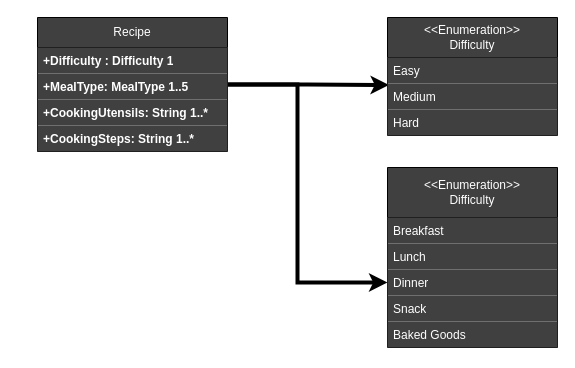
Before: Database Schema.drawio in Koopertrooper3/Blindee, a draw.io diagram. Source tidied: cells renumbered, new cells numbered last; positions are measured from the earlier drawing's top-left corner, leaving out a move shared by most shapes. Both pictures are drawn from the tidied source at 100%, with x=0, y=0 at pixel (37, 17).
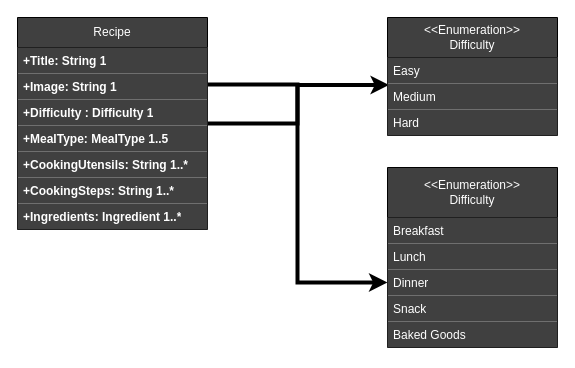
The same diagram, later.

Change to the diagram source:
```diff
@@
     <mxCell id="4" value="Recipe" style="swimlane;fontStyle=0;horizontal=1;startSize=30;fillColor=#404040;whiteSpace=wrap;html=1;fontColor=#FFFFFF;" parent="1" vertex="1">
-      <mxGeometry width="190" height="134" as="geometry" />
+      <mxGeometry x="-20" width="190" height="212" as="geometry" />
     </mxCell>
-    <mxCell id="5" value="&lt;b&gt;+Difficulty : Difficulty 1&lt;br&gt;&lt;/b&gt;" style="text;strokeColor=none;fillColor=#404040;align=left;verticalAlign=top;spacingLeft=4;spacingRight=4;overflow=hidden;whiteSpace=wrap;html=1;fontColor=#FFFFFF;" parent="4" vertex="1">
+    <mxCell id="5" value="&lt;b&gt;+Title: String 1&lt;br&gt;&lt;/b&gt;" style="text;strokeColor=none;fillColor=#404040;align=left;verticalAlign=top;spacingLeft=4;spacingRight=4;overflow=hidden;whiteSpace=wrap;html=1;fontColor=#FFFFFF;" parent="4" vertex="1">
       <mxGeometry y="30" width="190" height="26" as="geometry" />
     </mxCell>
+    <mxCell id="19" value="&lt;b&gt;+Image: String 1&lt;br&gt;&lt;/b&gt;" style="text;strokeColor=none;fillColor=#404040;align=left;verticalAlign=top;spacingLeft=4;spacingRight=4;overflow=hidden;whiteSpace=wrap;html=1;fontColor=#FFFFFF;" parent="4" vertex="1">
+      <mxGeometry y="56" width="190" height="26" as="geometry" />
+    </mxCell>
+    <mxCell id="20" value="&lt;b&gt;+Difficulty : Difficulty 1&lt;br&gt;&lt;/b&gt;" style="text;strokeColor=none;fillColor=#404040;align=left;verticalAlign=top;spacingLeft=4;spacingRight=4;overflow=hidden;whiteSpace=wrap;html=1;fontColor=#FFFFFF;" parent="4" vertex="1">
+      <mxGeometry y="82" width="190" height="26" as="geometry" />
+    </mxCell>
     <mxCell id="6" value="&lt;b&gt;+MealType: MealType 1..5&lt;/b&gt;" style="text;strokeColor=none;fillColor=#404040;align=left;verticalAlign=top;spacingLeft=4;spacingRight=4;overflow=hidden;whiteSpace=wrap;html=1;fontColor=#FFFFFF;" parent="4" vertex="1">
-      <mxGeometry y="56" width="190" height="26" as="geometry" />
+      <mxGeometry y="108" width="190" height="26" as="geometry" />
     </mxCell>
     <mxCell id="7" value="&lt;b&gt;+CookingUtensils: String 1..*&lt;/b&gt;" style="text;strokeColor=none;fillColor=#404040;align=left;verticalAlign=top;spacingLeft=4;spacingRight=4;overflow=hidden;whiteSpace=wrap;html=1;fontColor=#FFFFFF;" parent="4" vertex="1">
-      <mxGeometry y="82" width="190" height="26" as="geometry" />
+      <mxGeometry y="134" width="190" height="26" as="geometry" />
     </mxCell>
     <mxCell id="8" value="&lt;b&gt;+CookingSteps: String 1..*&lt;/b&gt;" style="text;strokeColor=none;fillColor=#404040;align=left;verticalAlign=top;spacingLeft=4;spacingRight=4;overflow=hidden;whiteSpace=wrap;html=1;fontColor=#FFFFFF;" parent="4" vertex="1">
-      <mxGeometry y="108" width="190" height="26" as="geometry" />
+      <mxGeometry y="160" width="190" height="26" as="geometry" />
     </mxCell>
+    <mxCell id="21" value="&lt;b&gt;+Ingredients: Ingredient 1..*&lt;/b&gt;" style="text;strokeColor=none;fillColor=#404040;align=left;verticalAlign=top;spacingLeft=4;spacingRight=4;overflow=hidden;whiteSpace=wrap;html=1;fontColor=#FFFFFF;" parent="4" vertex="1">
+      <mxGeometry y="186" width="190" height="26" as="geometry" />
+    </mxCell>
```
